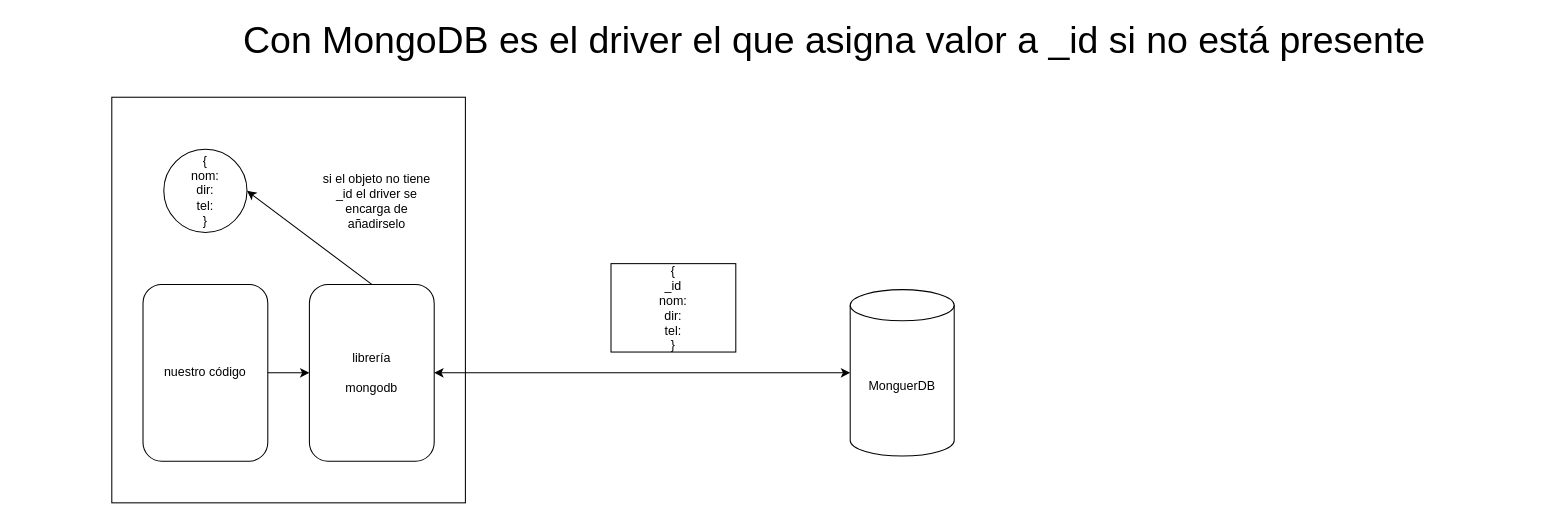
Earlier version of the draw.io diagram page "Página-18" (18 of 43) of dibujos.drawio (lrag/MEAN_2021_2). Source tidied: cells renumbered, new cells numbered last; positions are measured from the earlier drawing's top-left corner, leaving out a move shared by most shapes. Both pictures are drawn from the tidied source at 104%, with x=0, y=0 at pixel (111, 24).
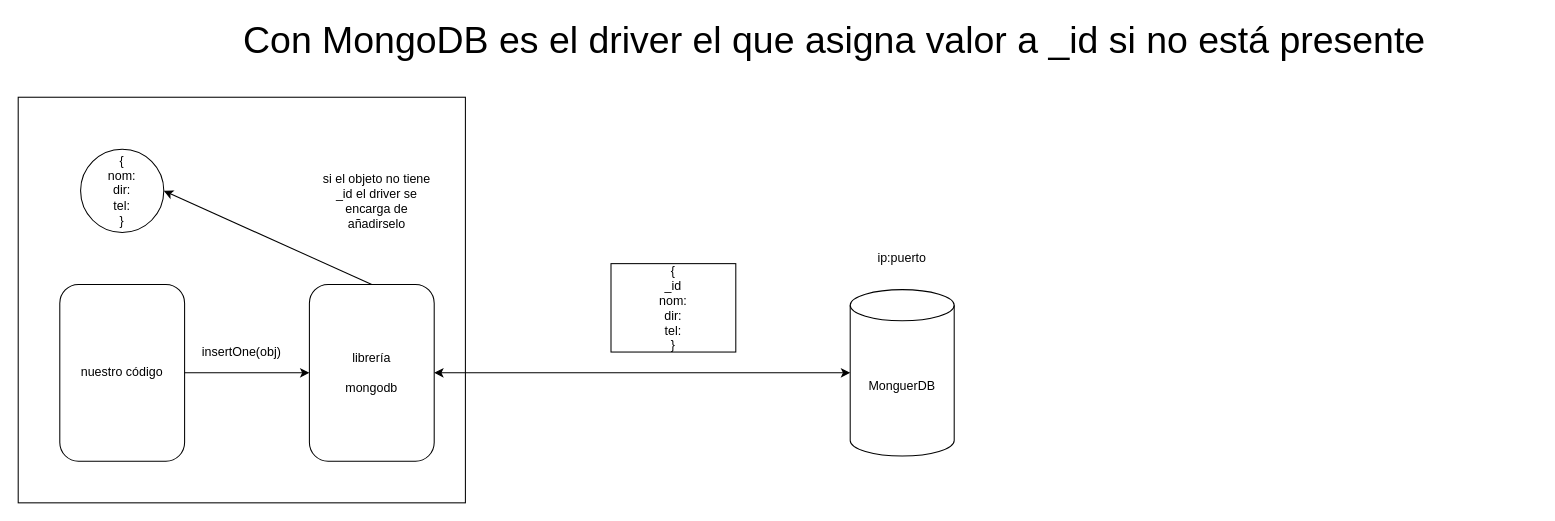
The same page after the edit.

Change to the diagram source:
```diff
@@
 <mxGraphModel>
   <root>
     <mxCell id="0" />
     <mxCell id="1" parent="0" />
     <mxCell id="2" style="rounded=0;whiteSpace=wrap;html=1;strokeWidth=1;fillColor=none;" parent="1" vertex="1">
-      <mxGeometry y="70" width="340" height="390" as="geometry" />
+      <mxGeometry x="-90" y="70" width="430" height="390" as="geometry" />
     </mxCell>
     <mxCell id="3" style="edgeStyle=orthogonalEdgeStyle;rounded=0;jettySize=auto;html=1;" parent="1" edge="1" source="4" target="6">
       <mxGeometry relative="1" as="geometry" />
     </mxCell>
     <mxCell id="4" value="nuestro código" style="rounded=1;whiteSpace=wrap;html=1;strokeWidth=1;fillColor=none;" parent="1" vertex="1">
-      <mxGeometry x="30" y="250" width="120" height="170" as="geometry" />
+      <mxGeometry x="-50" y="250" width="120" height="170" as="geometry" />
     </mxCell>
     <mxCell id="5" value="MonguerDB" style="shape=cylinder3;whiteSpace=wrap;html=1;boundedLbl=1;backgroundOutline=1;size=15;strokeWidth=1;fillColor=none;" parent="1" vertex="1">
       <mxGeometry x="710" y="255" width="100" height="160" as="geometry" />
     </mxCell>
     <mxCell id="6" value="librería&lt;br&gt;&lt;br&gt;mongodb" style="rounded=1;whiteSpace=wrap;html=1;strokeWidth=1;fillColor=none;" parent="1" vertex="1">
       <mxGeometry x="190" y="250" width="120" height="170" as="geometry" />
     </mxCell>
     <mxCell id="7" style="endArrow=classic;startArrow=classic;html=1;exitX=1;exitY=0.5;exitDx=0;exitDy=0;" parent="1" edge="1" source="6" target="5">
       <mxGeometry relative="1" as="geometry" />
     </mxCell>
     <mxCell id="8" value="{&lt;br&gt;nom:&lt;br&gt;dir:&lt;br&gt;tel:&lt;br&gt;}" style="ellipse;whiteSpace=wrap;html=1;strokeWidth=1;fillColor=none;" parent="1" vertex="1">
-      <mxGeometry x="50" y="120" width="80" height="80" as="geometry" />
+      <mxGeometry x="-30" y="120" width="80" height="80" as="geometry" />
     </mxCell>
     <mxCell id="9" style="endArrow=classic;html=1;exitX=0.5;exitY=0;exitDx=0;exitDy=0;entryX=1;entryY=0.5;entryDx=0;entryDy=0;" parent="1" edge="1" source="6" target="8">
       <mxGeometry relative="1" as="geometry" />
     </mxCell>
     <mxCell id="10" value="si el objeto no tiene _id el driver se encarga de añadirselo" style="text;html=1;strokeColor=none;fillColor=none;align=center;verticalAlign=middle;whiteSpace=wrap;rounded=0;" parent="1" vertex="1">
       <mxGeometry x="200" y="160" width="110" height="20" as="geometry" />
     </mxCell>
     <mxCell id="11" value="&lt;span&gt;{&lt;/span&gt;&lt;br&gt;&lt;span&gt;_id&lt;/span&gt;&lt;br&gt;&lt;span&gt;nom:&lt;/span&gt;&lt;br&gt;&lt;span&gt;dir:&lt;/span&gt;&lt;br&gt;&lt;span&gt;tel:&lt;/span&gt;&lt;br&gt;&lt;span&gt;}&lt;/span&gt;" style="rounded=0;whiteSpace=wrap;html=1;strokeWidth=1;fillColor=none;" parent="1" vertex="1">
       <mxGeometry x="480" y="230" width="120" height="85" as="geometry" />
     </mxCell>
     <mxCell id="12" value="&lt;font style=&quot;font-size: 36px&quot;&gt;Con MongoDB es el driver el que asigna valor a _id si no está presente&lt;/font&gt;" style="text;html=1;strokeColor=none;fillColor=none;align=center;verticalAlign=middle;whiteSpace=wrap;rounded=0;" parent="1" vertex="1">
       <mxGeometry x="20" width="1350" height="30" as="geometry" />
     </mxCell>
+    <mxCell id="13" value="insertOne(obj)" style="text;html=1;strokeColor=none;fillColor=none;align=center;verticalAlign=middle;whiteSpace=wrap;rounded=0;fontSize=12;" parent="1" vertex="1">
+      <mxGeometry x="95" y="300" width="60" height="30" as="geometry" />
+    </mxCell>
+    <mxCell id="14" value="ip:puerto" style="text;html=1;strokeColor=none;fillColor=none;align=center;verticalAlign=middle;whiteSpace=wrap;rounded=0;fontSize=12;" parent="1" vertex="1">
+      <mxGeometry x="730" y="210" width="60" height="30" as="geometry" />
+    </mxCell>
   </root>
 </mxGraphModel>
```
